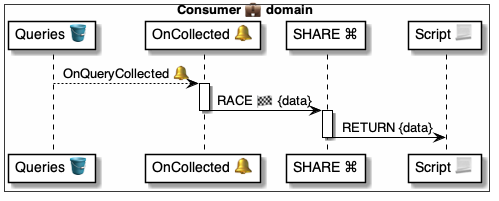
The PlantUML diagram 4 ⚙️ Solution/41 🎭 Domain Roles/Consumers 💼/💼🪣 Consumer tables/Queries 🗄️ table/🪣🧱 23 Collected 🔔 event/💼 OnQueryCollected ⚙️ uml.png in pollyweb-org/pollyweb-docs, before a commit. Its source is kept beside it as 4 ⚙️ Solution/41 🎭 Domain Roles/Consumers 💼/💼🪣 Consumer tables/Queries 🗄️ table/🪣🧱 23 Collected 🔔 event/💼 OnQueryCollected ⚙️ uml.puml. Source of this version:
```plantuml
@startuml OnQueryCollected

box Consumer 💼 domain #FFFFFA
    participant "Queries 🪣" as table
    participant "OnCollected 🔔" as handler
    participant "SHARE ⌘" as share
    participant "Script 📃" as script
end box


table --> handler: OnQueryCollected 🔔

activate handler
    handler -> share: RACE 🏁 {data}
deactivate handler

activate share
    share -> script: RETURN {data}
deactivate share

@enduml
```
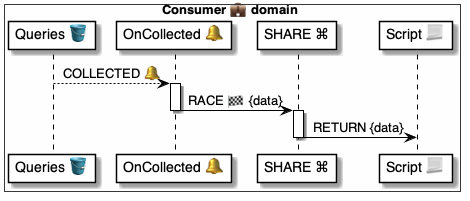
The same file after the commit.

Change to the diagram source:
```diff
@@ -8,7 +8,7 @@
 end box
 
 
-table --> handler: OnQueryCollected 🔔
+table --> handler: COLLECTED 🔔
 
 activate handler
     handler -> share: RACE 🏁 {data}
```
